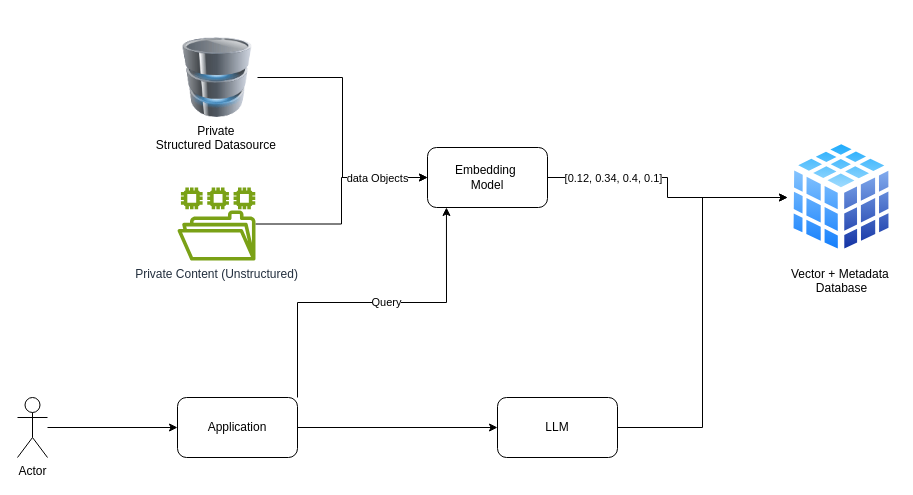
thirumalx/spring-ai keeps this draw.io diagram as Untitled Diagram.drawio. Above is the earlier version. Source tidied: cells renumbered, new cells numbered last; positions are measured from the earlier drawing's top-left corner, leaving out a move shared by most shapes. Both pictures are drawn from the tidied source at 100%, with x=0, y=0 at pixel (17, 37).
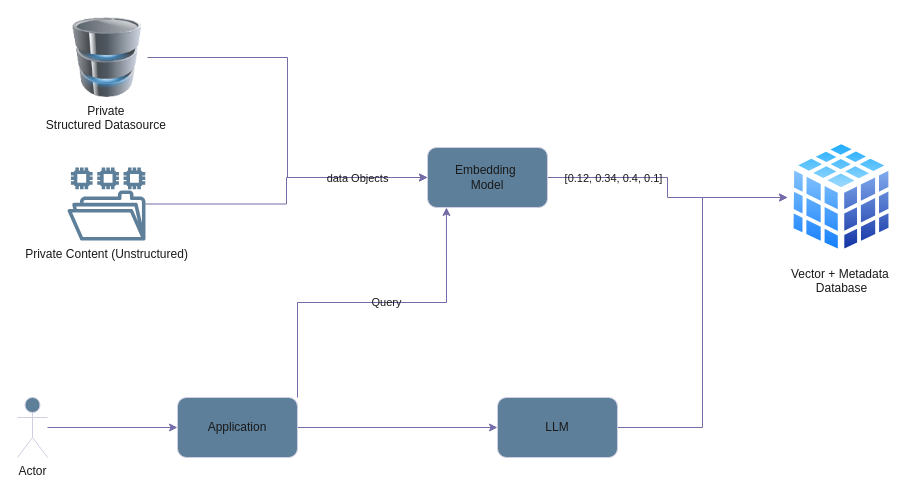
The same diagram, later.

Diff of the diagram source:
```diff
@@
 <mxGraphModel>
   <root>
     <mxCell id="0" />
     <mxCell id="1" parent="0" />
-    <mxCell id="2" style="edgeStyle=orthogonalEdgeStyle;rounded=0;jettySize=auto;html=1;entryX=0;entryY=0.5;entryDx=0;entryDy=0;" parent="1" edge="1" source="3" target="6">
+    <mxCell id="2" style="edgeStyle=orthogonalEdgeStyle;rounded=0;jettySize=auto;html=1;entryX=0;entryY=0.5;entryDx=0;entryDy=0;labelBackgroundColor=none;strokeColor=#736CA8;fontColor=default;" parent="1" edge="1" source="3" target="6">
       <mxGeometry relative="1" as="geometry" />
     </mxCell>
-    <mxCell id="3" value="&lt;div&gt;Private&amp;nbsp;&lt;/div&gt;&lt;div&gt;Structured Datasource&amp;nbsp;&lt;/div&gt;" style="image;html=1;image=img/lib/clip_art/computers/Database_128x128.png;" parent="1" vertex="1">
-      <mxGeometry x="160" width="80" height="80" as="geometry" />
+    <mxCell id="3" value="&lt;div&gt;Private&amp;nbsp;&lt;/div&gt;&lt;div&gt;Structured Datasource&amp;nbsp;&lt;/div&gt;" style="image;html=1;image=img/lib/clip_art/computers/Database_128x128.png;labelBackgroundColor=none;fillColor=#5D7F99;strokeColor=#D0CEE2;fontColor=#1A1A1A;" parent="1" vertex="1">
+      <mxGeometry x="50" y="-20" width="80" height="80" as="geometry" />
     </mxCell>
-    <mxCell id="4" style="edgeStyle=orthogonalEdgeStyle;rounded=0;jettySize=auto;html=1;" parent="1" edge="1" source="6" target="7">
+    <mxCell id="4" style="edgeStyle=orthogonalEdgeStyle;rounded=0;jettySize=auto;html=1;labelBackgroundColor=none;strokeColor=#736CA8;fontColor=default;" parent="1" edge="1" source="6" target="7">
       <mxGeometry relative="1" as="geometry" />
     </mxCell>
-    <mxCell id="5" value="[0.12, 0.34, 0.4, 0.1]" style="edgeLabel;html=1;align=center;verticalAlign=middle;" parent="4" vertex="1">
+    <mxCell id="5" value="[0.12, 0.34, 0.4, 0.1]" style="edgeLabel;html=1;align=center;verticalAlign=middle;labelBackgroundColor=none;fontColor=#1A1A1A;" parent="4" vertex="1">
       <mxGeometry x="-0.5" relative="1" as="geometry" />
     </mxCell>
-    <mxCell id="6" value="&lt;div&gt;Embedding&amp;nbsp;&lt;/div&gt;&lt;div&gt;Model&lt;/div&gt;" style="rounded=1;whiteSpace=wrap;html=1;" parent="1" vertex="1">
+    <mxCell id="6" value="&lt;div&gt;Embedding&amp;nbsp;&lt;/div&gt;&lt;div&gt;Model&lt;/div&gt;" style="rounded=1;whiteSpace=wrap;html=1;labelBackgroundColor=none;fillColor=#5D7F99;strokeColor=#D0CEE2;fontColor=#1A1A1A;" parent="1" vertex="1">
       <mxGeometry x="410" y="110" width="120" height="60" as="geometry" />
     </mxCell>
-    <mxCell id="7" value="&lt;div&gt;Vector + Metadata&amp;nbsp;&lt;/div&gt;&lt;div&gt;Database&lt;/div&gt;&lt;div&gt;&lt;br&gt;&lt;/div&gt;" style="image;perimeter=ellipsePerimeter;html=1;align=center;shadow=0;dashed=0;spacingTop=3;image=img/lib/active_directory/database_cube.svg;" parent="1" vertex="1">
+    <mxCell id="7" value="&lt;div&gt;Vector + Metadata&amp;nbsp;&lt;/div&gt;&lt;div&gt;Database&lt;/div&gt;&lt;div&gt;&lt;br&gt;&lt;/div&gt;" style="image;perimeter=ellipsePerimeter;html=1;align=center;shadow=0;dashed=0;spacingTop=3;image=img/lib/active_directory/database_cube.svg;labelBackgroundColor=none;fillColor=#5D7F99;strokeColor=#D0CEE2;fontColor=#1A1A1A;" parent="1" vertex="1">
       <mxGeometry x="770" y="100" width="108" height="120" as="geometry" />
     </mxCell>
-    <mxCell id="8" style="edgeStyle=orthogonalEdgeStyle;rounded=0;jettySize=auto;html=1;entryX=0;entryY=0.5;entryDx=0;entryDy=0;" parent="1" edge="1" source="9" target="7">
+    <mxCell id="8" style="edgeStyle=orthogonalEdgeStyle;rounded=0;jettySize=auto;html=1;entryX=0;entryY=0.5;entryDx=0;entryDy=0;labelBackgroundColor=none;strokeColor=#736CA8;fontColor=default;" parent="1" edge="1" source="9" target="7">
       <mxGeometry relative="1" as="geometry" />
     </mxCell>
-    <mxCell id="9" value="LLM" style="rounded=1;whiteSpace=wrap;html=1;" parent="1" vertex="1">
+    <mxCell id="9" value="LLM" style="rounded=1;whiteSpace=wrap;html=1;labelBackgroundColor=none;fillColor=#5D7F99;strokeColor=#D0CEE2;fontColor=#1A1A1A;" parent="1" vertex="1">
       <mxGeometry x="480" y="360" width="120" height="60" as="geometry" />
     </mxCell>
-    <mxCell id="10" style="edgeStyle=orthogonalEdgeStyle;rounded=0;jettySize=auto;html=1;entryX=0;entryY=0.5;entryDx=0;entryDy=0;" parent="1" edge="1" source="11" target="16">
+    <mxCell id="10" style="edgeStyle=orthogonalEdgeStyle;rounded=0;jettySize=auto;html=1;entryX=0;entryY=0.5;entryDx=0;entryDy=0;labelBackgroundColor=none;strokeColor=#736CA8;fontColor=default;" parent="1" edge="1" source="11" target="16">
       <mxGeometry relative="1" as="geometry" />
     </mxCell>
-    <mxCell id="11" value="Actor" style="shape=umlActor;verticalLabelPosition=bottom;verticalAlign=top;html=1;outlineConnect=0;" parent="1" vertex="1">
+    <mxCell id="11" value="Actor" style="shape=umlActor;verticalLabelPosition=bottom;verticalAlign=top;html=1;outlineConnect=0;labelBackgroundColor=none;fillColor=#5D7F99;strokeColor=#D0CEE2;fontColor=#1A1A1A;" parent="1" vertex="1">
       <mxGeometry y="360" width="30" height="60" as="geometry" />
     </mxCell>
-    <mxCell id="12" style="edgeStyle=orthogonalEdgeStyle;rounded=0;jettySize=auto;html=1;entryX=0;entryY=0.5;entryDx=0;entryDy=0;" parent="1" edge="1" source="14" target="6">
+    <mxCell id="12" style="edgeStyle=orthogonalEdgeStyle;rounded=0;jettySize=auto;html=1;entryX=0;entryY=0.5;entryDx=0;entryDy=0;labelBackgroundColor=none;strokeColor=#736CA8;fontColor=default;" parent="1" edge="1" source="14" target="6">
       <mxGeometry relative="1" as="geometry" />
     </mxCell>
-    <mxCell id="13" value="data Objects" style="edgeLabel;html=1;align=center;verticalAlign=middle;" parent="12" vertex="1">
+    <mxCell id="13" value="data Objects" style="edgeLabel;html=1;align=center;verticalAlign=middle;labelBackgroundColor=none;fontColor=#1A1A1A;" parent="12" vertex="1">
       <mxGeometry x="0.54" relative="1" as="geometry" />
     </mxCell>
-    <mxCell id="14" value="Private Content (Unstructured)" style="sketch=0;outlineConnect=0;fontColor=#232F3E;gradientColor=none;fillColor=#7AA116;strokeColor=none;dashed=0;verticalLabelPosition=bottom;verticalAlign=top;align=center;html=1;fontSize=12;fontStyle=0;shape=mxgraph.aws4.file_system;" parent="1" vertex="1">
-      <mxGeometry x="160" y="150" width="78" height="73" as="geometry" />
+    <mxCell id="14" value="Private Content (Unstructured)" style="sketch=0;outlineConnect=0;fontColor=#1A1A1A;fillColor=#5D7F99;strokeColor=none;dashed=0;verticalLabelPosition=bottom;verticalAlign=top;align=center;html=1;fontSize=12;fontStyle=0;shape=mxgraph.aws4.file_system;labelBackgroundColor=none;" parent="1" vertex="1">
+      <mxGeometry x="50" y="130" width="78" height="73" as="geometry" />
     </mxCell>
-    <mxCell id="15" style="edgeStyle=orthogonalEdgeStyle;rounded=0;jettySize=auto;html=1;entryX=0;entryY=0.5;entryDx=0;entryDy=0;" parent="1" edge="1" source="16" target="9">
+    <mxCell id="15" style="edgeStyle=orthogonalEdgeStyle;rounded=0;jettySize=auto;html=1;entryX=0;entryY=0.5;entryDx=0;entryDy=0;labelBackgroundColor=none;strokeColor=#736CA8;fontColor=default;" parent="1" edge="1" source="16" target="9">
       <mxGeometry relative="1" as="geometry" />
     </mxCell>
-    <mxCell id="16" value="Application" style="rounded=1;whiteSpace=wrap;html=1;" parent="1" vertex="1">
+    <mxCell id="16" value="Application" style="rounded=1;whiteSpace=wrap;html=1;labelBackgroundColor=none;fillColor=#5D7F99;strokeColor=#D0CEE2;fontColor=#1A1A1A;" parent="1" vertex="1">
       <mxGeometry x="160" y="360" width="120" height="60" as="geometry" />
     </mxCell>
-    <mxCell id="17" style="edgeStyle=orthogonalEdgeStyle;rounded=0;jettySize=auto;html=1;exitX=1;exitY=0;exitDx=0;exitDy=0;entryX=0.158;entryY=1;entryDx=0;entryDy=0;entryPerimeter=0;" parent="1" edge="1" source="16" target="6">
+    <mxCell id="17" style="edgeStyle=orthogonalEdgeStyle;rounded=0;jettySize=auto;html=1;exitX=1;exitY=0;exitDx=0;exitDy=0;entryX=0.158;entryY=1;entryDx=0;entryDy=0;entryPerimeter=0;labelBackgroundColor=none;strokeColor=#736CA8;fontColor=default;" parent="1" edge="1" source="16" target="6">
       <mxGeometry relative="1" as="geometry" />
     </mxCell>
-    <mxCell id="18" value="Query" style="edgeLabel;html=1;align=center;verticalAlign=middle;" parent="17" vertex="1">
+    <mxCell id="18" value="Query" style="edgeLabel;html=1;align=center;verticalAlign=middle;labelBackgroundColor=none;fontColor=#1A1A1A;" parent="17" vertex="1">
       <mxGeometry x="0.08" y="1" relative="1" as="geometry" />
     </mxCell>
   </root>
 </mxGraphModel>
```
